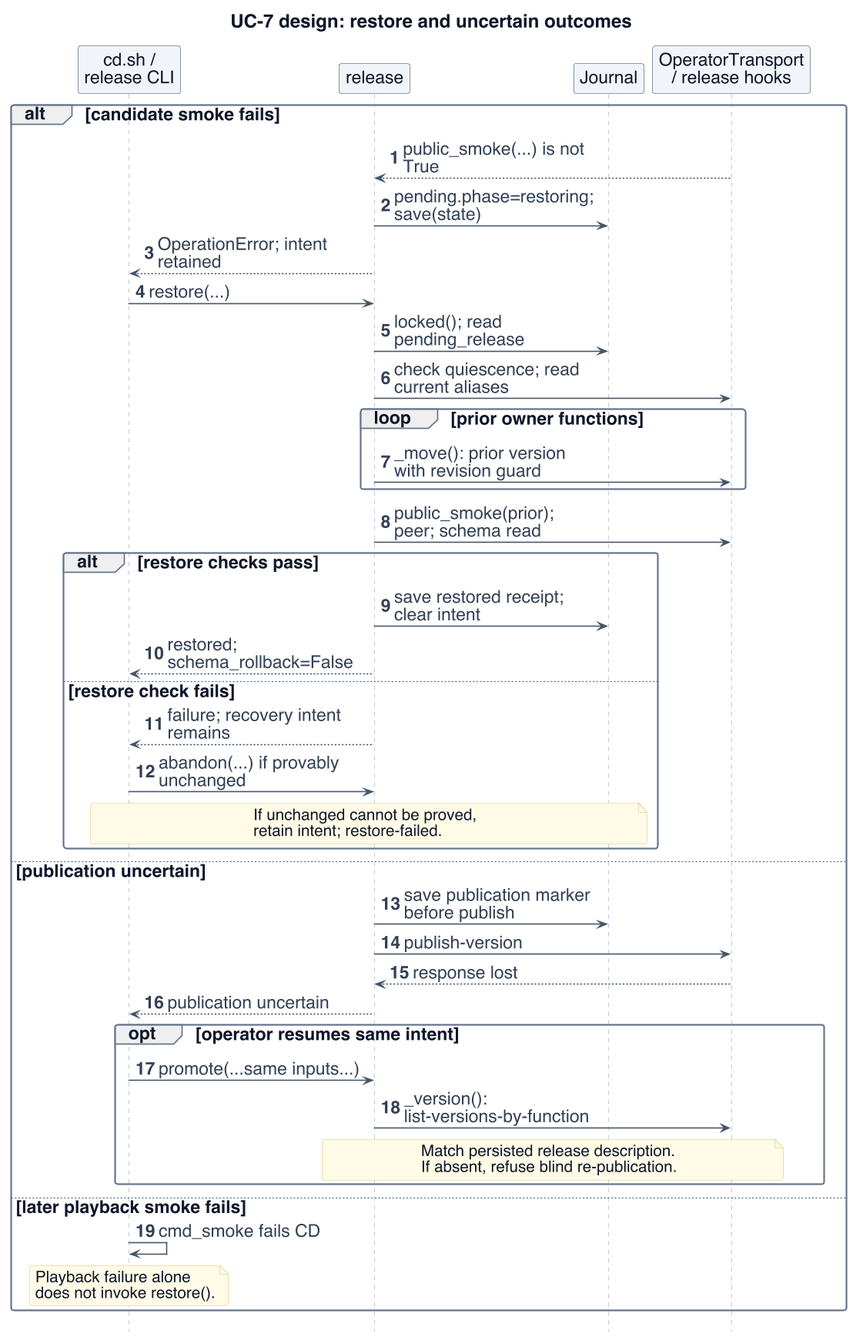
Above: project-documentation/final-report/figures/uc7-design-recovery.png in Collaboration95/dc2 (PlantUML), before the change. Its diagram source:
```plantuml
@startuml
!include _style.iuml
skinparam defaultFontSize 20
skinparam ArrowFontSize 20
skinparam classAttributeFontSize 18
skinparam ClassStereotypeFontSize 17
skinparam NoteFontSize 18
skinparam titleFontSize 21
skinparam BoxPadding 8
skinparam maxMessageSize 230
skinparam nodesep 22
skinparam ranksep 22
skinparam sequenceMessageAlign left
hide footbox
hide circle
title UC-7 design: restore and uncertain outcomes
autonumber
participant "cd.sh /\nrelease CLI" as cd $INFRA
participant "release" as rel $INFRA
participant "Journal" as j $INFRA
participant "OperatorTransport\n/ release hooks" as aws $INFRA
alt candidate smoke fails
 aws --> rel : public_smoke(...) is not True
 rel -> j : pending.phase=restoring; save(state)
 rel --> cd : OperationError; intent retained
 cd -> rel : restore(...)
 rel -> j : locked(); read pending_release
 rel -> aws : check quiescence; read current aliases
 loop prior owner functions
  rel -> aws : _move(): prior version with revision guard
 end
 rel -> aws : public_smoke(prior); peer; schema read
 alt restore checks pass
  rel -> j : save restored receipt; clear intent
  rel --> cd : restored; schema_rollback=False
 else restore check fails
  rel --> cd : failure; recovery intent remains
  cd -> rel : abandon(...) if provably unchanged
  note over cd,j : If unchanged cannot be proved,\nretain intent; restore-failed.
 end
else publication uncertain
 rel -> j : save publication marker before publish
 rel -> aws : publish-version
 aws --> rel : response lost
 rel --> cd : publication uncertain
 opt operator resumes same intent
  cd -> rel : promote(...same inputs...)
  rel -> aws : _version(): list-versions-by-function
  note over rel,aws
  Match persisted release description.
  If absent, refuse blind re-publication.
  end note
 end
else later playback smoke fails
 cd -> cd : cmd_smoke fails CD
 note over cd : Playback failure alone\ndoes not invoke restore().
end
@enduml
```
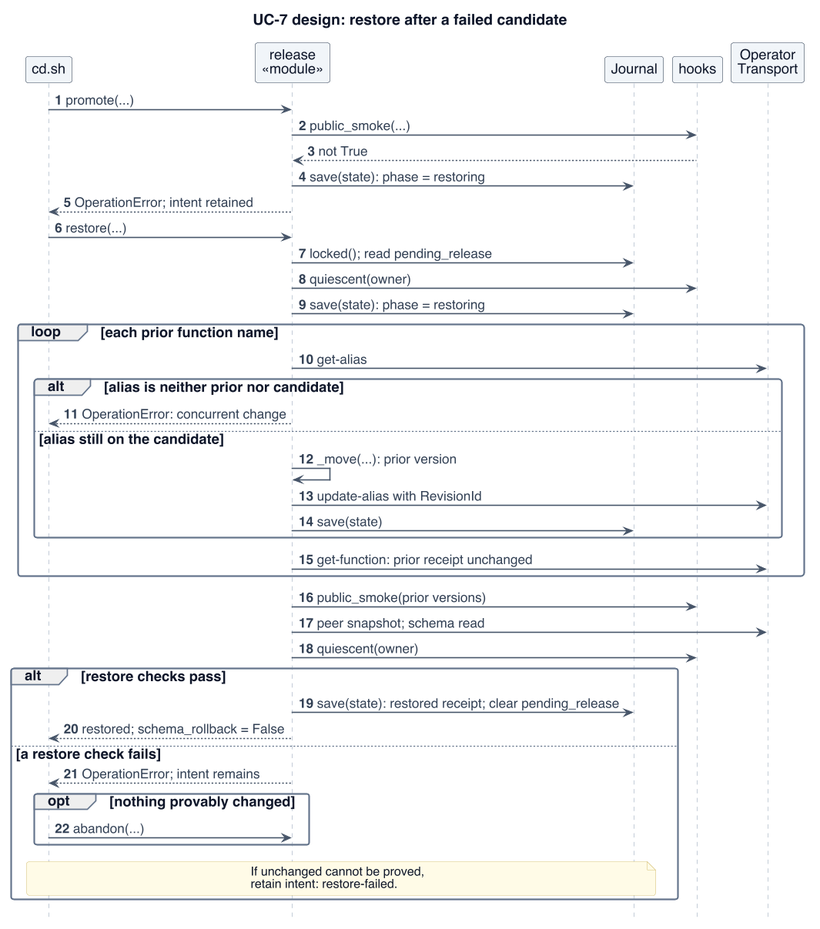
The same file after the commit.

The edit, as a diff of the source:
```diff
@@ -1,58 +1,56 @@
 @startuml
 !include _style.iuml
-skinparam defaultFontSize 20
-skinparam ArrowFontSize 20
-skinparam classAttributeFontSize 18
-skinparam ClassStereotypeFontSize 17
-skinparam NoteFontSize 18
-skinparam titleFontSize 21
+skinparam defaultFontSize 16
+skinparam ArrowFontSize 15
+skinparam classAttributeFontSize 15
+skinparam ClassStereotypeFontSize 13
+skinparam NoteFontSize 14
+skinparam titleFontSize 17
 skinparam BoxPadding 8
-skinparam maxMessageSize 230
+skinparam maxMessageSize 400
 skinparam nodesep 22
 skinparam ranksep 22
 skinparam sequenceMessageAlign left
 hide footbox
 hide circle
-title UC-7 design: restore and uncertain outcomes
+title UC-7 design: restore after a failed candidate
 autonumber
-participant "cd.sh /\nrelease CLI" as cd $INFRA
-participant "release" as rel $INFRA
+participant "cd.sh" as cd $INFRA
+participant "release\n«module»" as rel $INFRA
 participant "Journal" as j $INFRA
-participant "OperatorTransport\n/ release hooks" as aws $INFRA
-alt candidate smoke fails
- aws --> rel : public_smoke(...) is not True
- rel -> j : pending.phase=restoring; save(state)
- rel --> cd : OperationError; intent retained
- cd -> rel : restore(...)
- rel -> j : locked(); read pending_release
- rel -> aws : check quiescence; read current aliases
- loop prior owner functions
-  rel -> aws : _move(): prior version with revision guard
+participant "hooks" as hk $INFRA
+participant "Operator\nTransport" as aws $INFRA
+cd -> rel : promote(...)
+rel -> hk : public_smoke(...)
+hk --> rel : not True
+rel -> j : save(state): phase = restoring
+rel --> cd : OperationError; intent retained
+cd -> rel : restore(...)
+rel -> j : locked(); read pending_release
+rel -> hk : quiescent(owner)
+rel -> j : save(state): phase = restoring
+loop each prior function name
+ rel -> aws : get-alias
+ alt alias is neither prior nor candidate
+  rel --> cd : OperationError: concurrent change
+ else alias still on the candidate
+  rel -> rel : _move(...): prior version
+  rel -> aws : update-alias with RevisionId
+  rel -> j : save(state)
  end
- rel -> aws : public_smoke(prior); peer; schema read
- alt restore checks pass
-  rel -> j : save restored receipt; clear intent
-  rel --> cd : restored; schema_rollback=False
- else restore check fails
-  rel --> cd : failure; recovery intent remains
-  cd -> rel : abandon(...) if provably unchanged
-  note over cd,j : If unchanged cannot be proved,\nretain intent; restore-failed.
+ rel -> aws : get-function: prior receipt unchanged
+end
+rel -> hk : public_smoke(prior versions)
+rel -> aws : peer snapshot; schema read
+rel -> hk : quiescent(owner)
+alt restore checks pass
+ rel -> j : save(state): restored receipt; clear pending_release
+ rel --> cd : restored; schema_rollback = False
+else a restore check fails
+ rel --> cd : OperationError; intent remains
+ opt nothing provably changed
+  cd -> rel : abandon(...)
  end
-else publication uncertain
- rel -> j : save publication marker before publish
- rel -> aws : publish-version
- aws --> rel : response lost
- rel --> cd : publication uncertain
- opt operator resumes same intent
-  cd -> rel : promote(...same inputs...)
-  rel -> aws : _version(): list-versions-by-function
-  note over rel,aws
-  Match persisted release description.
-  If absent, refuse blind re-publication.
-  end note
- end
-else later playback smoke fails
- cd -> cd : cmd_smoke fails CD
- note over cd : Playback failure alone\ndoes not invoke restore().
+ note over cd,j : If unchanged cannot be proved,\nretain intent: restore-failed.
 end
 @enduml
```
